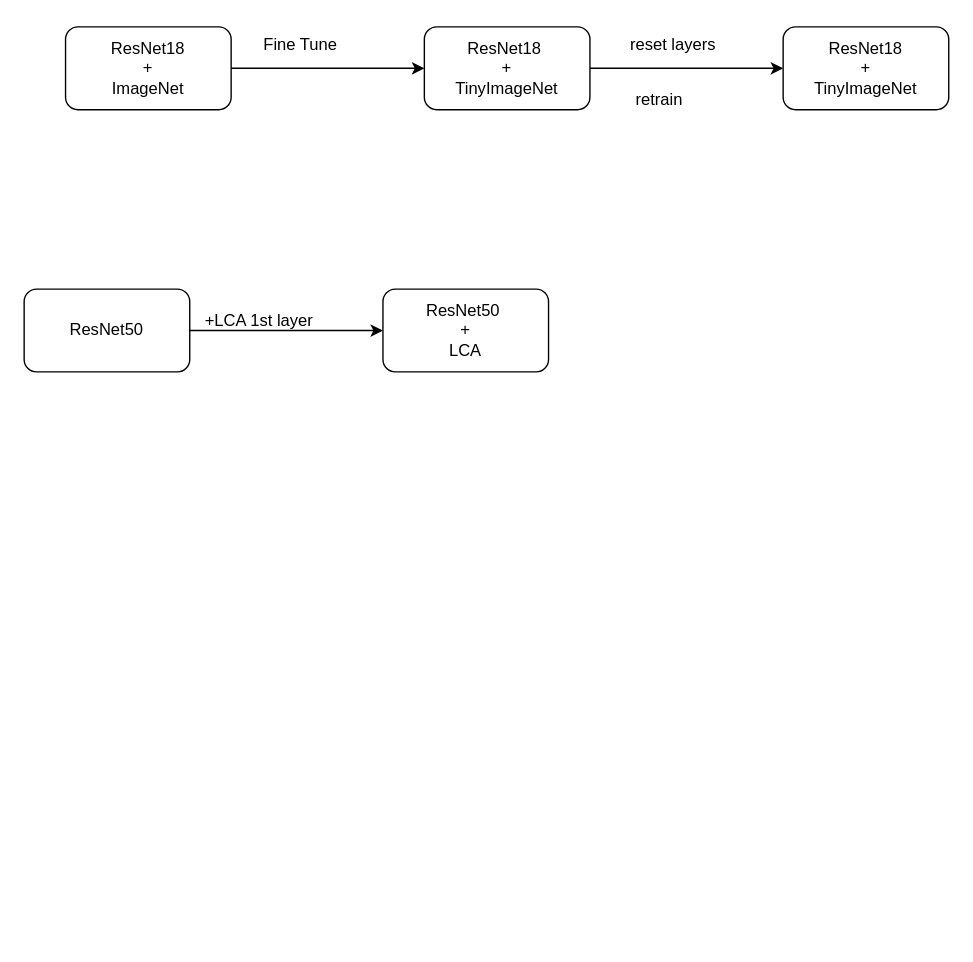
Before: test.drawio in mushtaq96/lca-pytorch, a draw.io diagram. Source tidied: cells renumbered, new cells numbered last; positions are measured from the earlier drawing's top-left corner, leaving out a move shared by most shapes. Both pictures are drawn from the tidied source at 138%, with x=0, y=0 at pixel (23, 23).
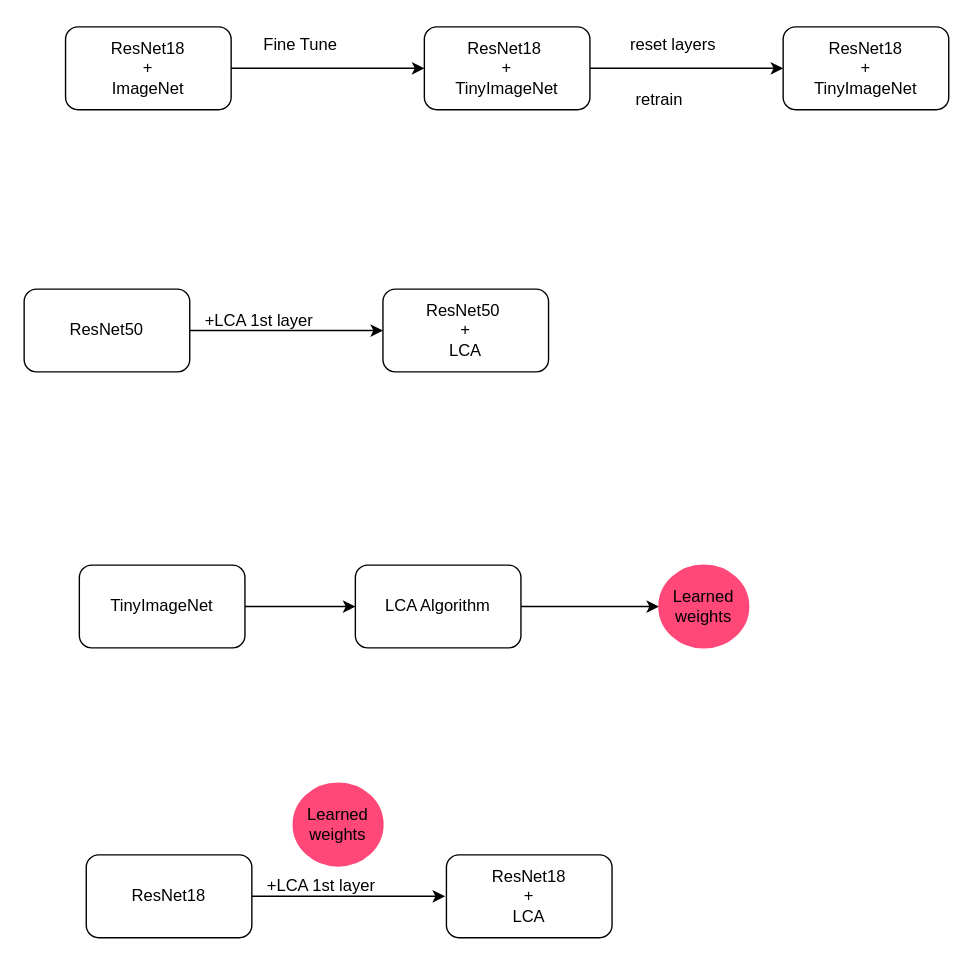
The same diagram, later.

Diff of the diagram source:
```diff
@@
+    <mxCell id="14" style="edgeStyle=orthogonalEdgeStyle;rounded=0;jettySize=auto;html=1;" parent="1" edge="1" source="15" target="18">
+      <mxGeometry relative="1" as="geometry" />
+    </mxCell>
+    <mxCell id="15" value="LCA Algorithm" style="rounded=1;whiteSpace=wrap;html=1;" parent="1" vertex="1">
+      <mxGeometry x="240" y="392" width="120" height="60" as="geometry" />
+    </mxCell>
+    <mxCell id="16" style="edgeStyle=orthogonalEdgeStyle;rounded=0;jettySize=auto;html=1;" parent="1" edge="1" source="17" target="15">
+      <mxGeometry relative="1" as="geometry" />
+    </mxCell>
+    <mxCell id="17" value="TinyImageNet" style="whiteSpace=wrap;html=1;rounded=1;" parent="1" vertex="1">
+      <mxGeometry x="40" y="392" width="120" height="60" as="geometry" />
+    </mxCell>
+    <mxCell id="18" value="Learned weights" style="ellipse;whiteSpace=wrap;html=1;rounded=1;strokeColor=#FF4778;fillColor=#FF4778;" parent="1" vertex="1">
+      <mxGeometry x="460" y="392" width="65" height="60" as="geometry" />
+    </mxCell>
+    <mxCell id="19" value="Learned weights" style="ellipse;whiteSpace=wrap;html=1;rounded=1;strokeColor=#FF4778;fillColor=#FF4778;" parent="1" vertex="1">
+      <mxGeometry x="195" y="550" width="65" height="60" as="geometry" />
+    </mxCell>
+    <mxCell id="20" value="ResNet18" style="rounded=1;whiteSpace=wrap;html=1;" parent="1" vertex="1">
+      <mxGeometry x="45" y="602" width="120" height="60" as="geometry" />
+    </mxCell>
+    <mxCell id="21" style="endArrow=classic;html=1;rounded=0;" parent="1" edge="1">
+      <mxGeometry relative="1" as="geometry">
+        <mxPoint x="165" y="632" as="sourcePoint" />
+        <mxPoint x="305" y="632" as="targetPoint" />
+      </mxGeometry>
+    </mxCell>
+    <mxCell id="22" value="+LCA 1st layer" style="text;html=1;align=center;verticalAlign=middle;strokeColor=none;fillColor=none;" parent="1" vertex="1">
+      <mxGeometry x="165" y="610" width="100" height="30" as="geometry" />
+    </mxCell>
+    <mxCell id="23" value="ResNet18&lt;br&gt;+&lt;br&gt;LCA" style="rounded=1;whiteSpace=wrap;html=1;" parent="1" vertex="1">
+      <mxGeometry x="306" y="602" width="120" height="60" as="geometry" />
+    </mxCell>
```
